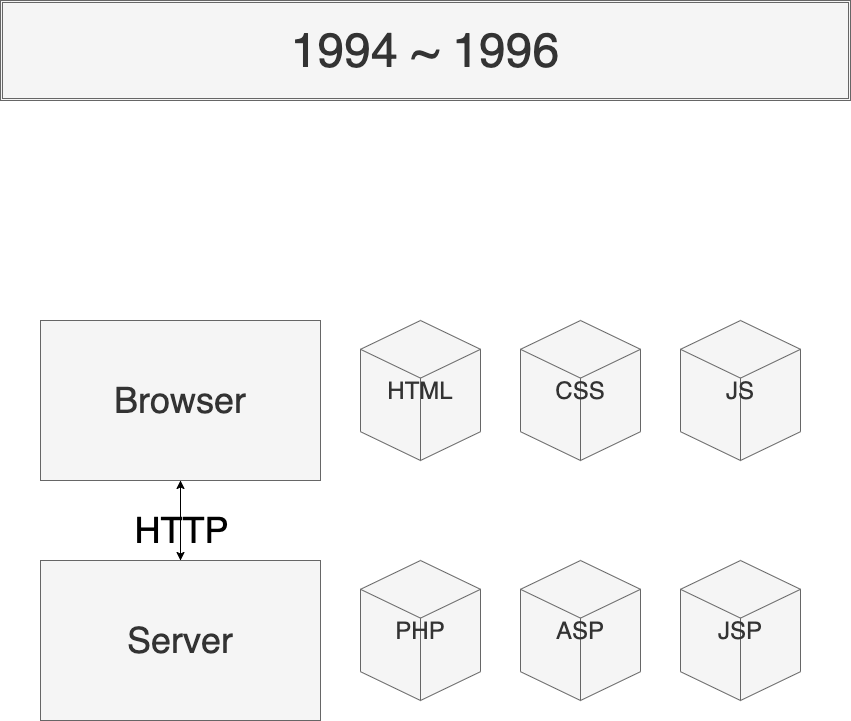
Above: assets/images/drawio/01_history_of_web_standardization_1.png in silverbirder/Introduction_to_Micro_Frontends (draw.io), before the change. Source tidied: cells renumbered, new cells last; positions are measured from the earlier drawing's top-left corner, leaving out a move shared by most shapes. The source it was exported from:
```xml
<mxGraphModel>
  <root>
    <mxCell id="0" />
    <mxCell id="1" parent="0" />
    <mxCell id="2" style="edgeStyle=orthogonalEdgeStyle;rounded=0;jettySize=auto;html=1;exitX=0.5;exitY=1;exitDx=0;exitDy=0;entryX=0.5;entryY=0;entryDx=0;entryDy=0;" parent="1" edge="1" source="3" target="6">
      <mxGeometry relative="1" as="geometry" />
    </mxCell>
    <mxCell id="3" value="&lt;font style=&quot;font-size: 36px&quot;&gt;Browser&lt;/font&gt;" style="rounded=0;whiteSpace=wrap;html=1;shadow=0;sketch=0;fillColor=#f5f5f5;strokeColor=#666666;fontColor=#333333;" parent="1" vertex="1">
      <mxGeometry x="40" y="320" width="280" height="160" as="geometry" />
    </mxCell>
    <mxCell id="4" style="edgeStyle=orthogonalEdgeStyle;rounded=0;jettySize=auto;html=1;exitX=0.5;exitY=0;exitDx=0;exitDy=0;" parent="1" edge="1" source="6" target="3">
      <mxGeometry relative="1" as="geometry" />
    </mxCell>
    <mxCell id="5" value="&lt;font style=&quot;font-size: 36px&quot;&gt;HTTP&lt;/font&gt;" style="edgeLabel;html=1;align=center;verticalAlign=middle;labelBackgroundColor=none;fontColor=#000000;" parent="4" vertex="1">
      <mxGeometry x="-0.2" y="1" relative="1" as="geometry" />
    </mxCell>
    <mxCell id="6" value="&lt;font style=&quot;font-size: 36px&quot;&gt;Server&lt;/font&gt;" style="rounded=0;whiteSpace=wrap;html=1;shadow=0;sketch=0;fillColor=#f5f5f5;strokeColor=#666666;fontColor=#333333;" parent="1" vertex="1">
      <mxGeometry x="40" y="560" width="280" height="160" as="geometry" />
    </mxCell>
    <mxCell id="7" value="&lt;font style=&quot;font-size: 24px&quot;&gt;HTML&lt;/font&gt;" style="html=1;whiteSpace=wrap;shape=isoCube2;backgroundOutline=1;isoAngle=15;shadow=0;sketch=0;fillColor=#f5f5f5;strokeColor=#666666;fontColor=#333333;" parent="1" vertex="1">
      <mxGeometry x="360" y="320" width="120" height="140" as="geometry" />
    </mxCell>
    <mxCell id="8" value="&lt;font style=&quot;font-size: 48px&quot;&gt;1994 ~ 1996&lt;/font&gt;" style="shape=ext;double=1;rounded=0;whiteSpace=wrap;html=1;shadow=0;sketch=0;fillColor=#f5f5f5;strokeColor=#666666;fontColor=#333333;" parent="1" vertex="1">
      <mxGeometry width="850" height="100" as="geometry" />
    </mxCell>
    <mxCell id="9" value="&lt;font style=&quot;font-size: 24px&quot;&gt;CSS&lt;/font&gt;" style="html=1;whiteSpace=wrap;shape=isoCube2;backgroundOutline=1;isoAngle=15;shadow=0;sketch=0;fillColor=#f5f5f5;strokeColor=#666666;fontColor=#333333;" parent="1" vertex="1">
      <mxGeometry x="520" y="320" width="120" height="140" as="geometry" />
    </mxCell>
    <mxCell id="10" value="&lt;font style=&quot;font-size: 24px&quot;&gt;JS&lt;/font&gt;" style="html=1;whiteSpace=wrap;shape=isoCube2;backgroundOutline=1;isoAngle=15;shadow=0;sketch=0;fillColor=#f5f5f5;strokeColor=#666666;fontColor=#333333;" parent="1" vertex="1">
      <mxGeometry x="680" y="320" width="120" height="140" as="geometry" />
    </mxCell>
    <mxCell id="11" value="&lt;font style=&quot;font-size: 24px&quot;&gt;PHP&lt;/font&gt;" style="html=1;whiteSpace=wrap;shape=isoCube2;backgroundOutline=1;isoAngle=15;shadow=0;sketch=0;fillColor=#f5f5f5;strokeColor=#666666;fontColor=#333333;" parent="1" vertex="1">
      <mxGeometry x="360" y="560" width="120" height="140" as="geometry" />
    </mxCell>
    <mxCell id="12" value="&lt;font style=&quot;font-size: 24px&quot;&gt;ASP&lt;/font&gt;" style="html=1;whiteSpace=wrap;shape=isoCube2;backgroundOutline=1;isoAngle=15;shadow=0;sketch=0;fillColor=#f5f5f5;strokeColor=#666666;fontColor=#333333;" parent="1" vertex="1">
      <mxGeometry x="520" y="560" width="120" height="140" as="geometry" />
    </mxCell>
    <mxCell id="13" value="&lt;font style=&quot;font-size: 24px&quot;&gt;JSP&lt;/font&gt;" style="html=1;whiteSpace=wrap;shape=isoCube2;backgroundOutline=1;isoAngle=15;shadow=0;sketch=0;fillColor=#f5f5f5;strokeColor=#666666;fontColor=#333333;" parent="1" vertex="1">
      <mxGeometry x="680" y="560" width="120" height="140" as="geometry" />
    </mxCell>
  </root>
</mxGraphModel>
```
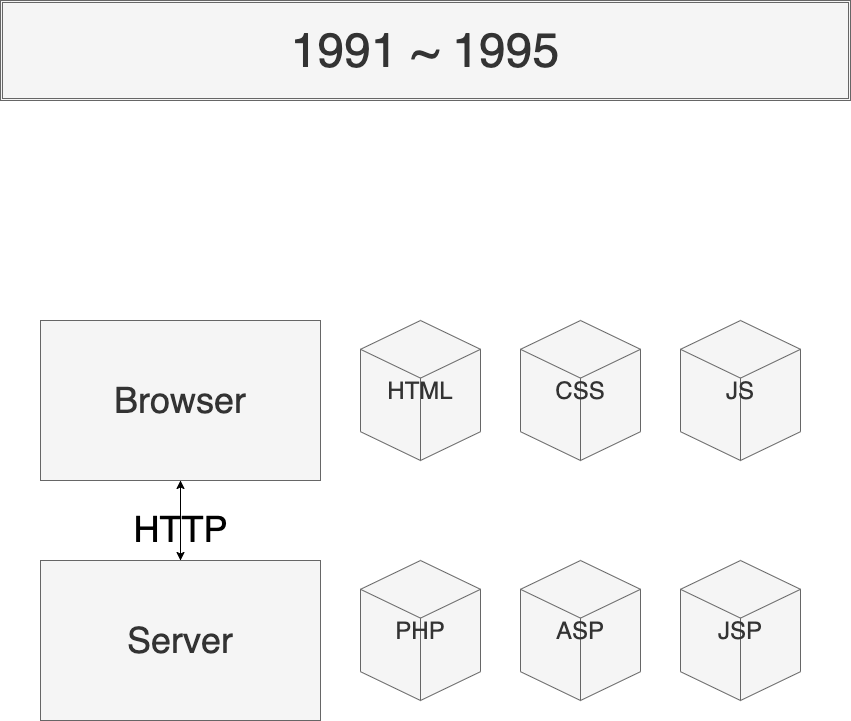
The same diagram one commit later.

Commit message:
🛠 Ajust the content and png

Change to the diagram source:
```diff
@@ -20,7 +20,7 @@
     <mxCell id="7" value="&lt;font style=&quot;font-size: 24px&quot;&gt;HTML&lt;/font&gt;" style="html=1;whiteSpace=wrap;shape=isoCube2;backgroundOutline=1;isoAngle=15;shadow=0;sketch=0;fillColor=#f5f5f5;strokeColor=#666666;fontColor=#333333;" parent="1" vertex="1">
       <mxGeometry x="360" y="320" width="120" height="140" as="geometry" />
     </mxCell>
-    <mxCell id="8" value="&lt;font style=&quot;font-size: 48px&quot;&gt;1994 ~ 1996&lt;/font&gt;" style="shape=ext;double=1;rounded=0;whiteSpace=wrap;html=1;shadow=0;sketch=0;fillColor=#f5f5f5;strokeColor=#666666;fontColor=#333333;" parent="1" vertex="1">
+    <mxCell id="8" value="&lt;font style=&quot;font-size: 48px&quot;&gt;1991 ~ 1995&lt;/font&gt;" style="shape=ext;double=1;rounded=0;whiteSpace=wrap;html=1;shadow=0;sketch=0;fillColor=#f5f5f5;strokeColor=#666666;fontColor=#333333;" parent="1" vertex="1">
       <mxGeometry width="850" height="100" as="geometry" />
     </mxCell>
     <mxCell id="9" value="&lt;font style=&quot;font-size: 24px&quot;&gt;CSS&lt;/font&gt;" style="html=1;whiteSpace=wrap;shape=isoCube2;backgroundOutline=1;isoAngle=15;shadow=0;sketch=0;fillColor=#f5f5f5;strokeColor=#666666;fontColor=#333333;" parent="1" vertex="1">
```
